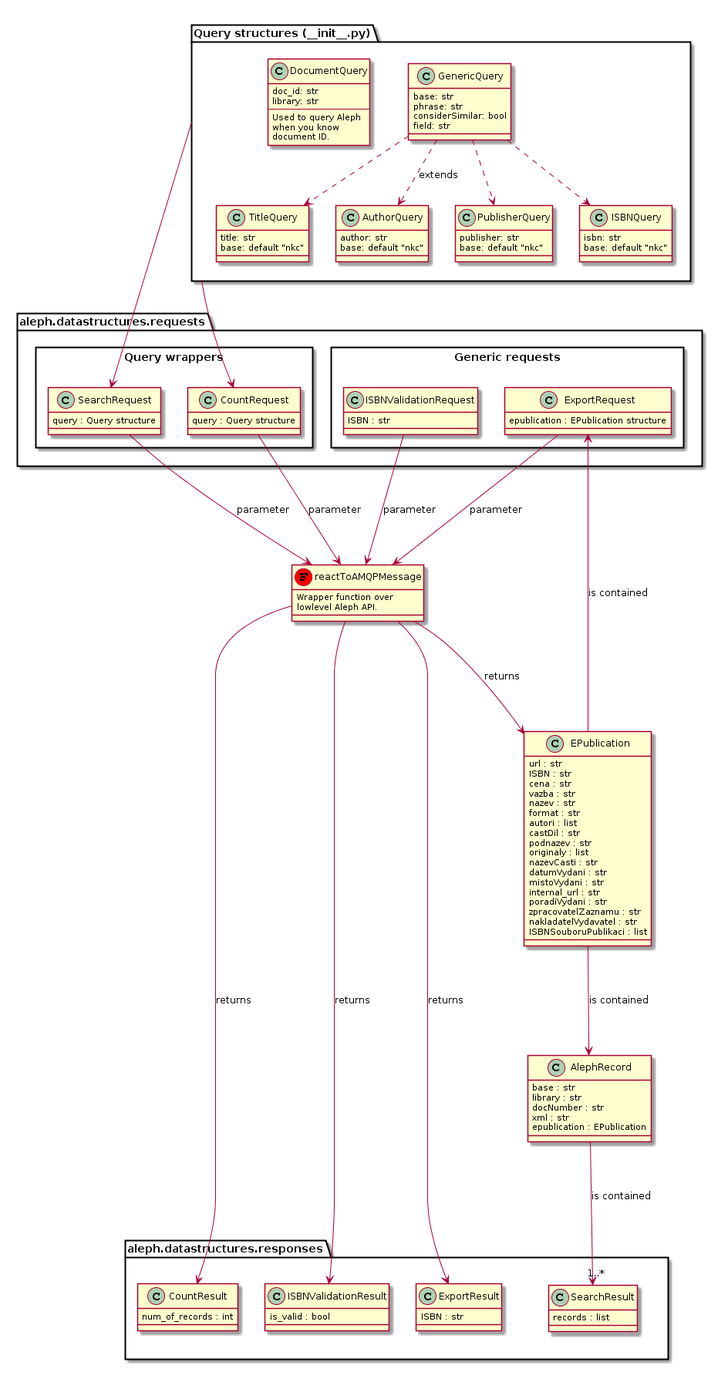
Above: docs/_static/reactoamqpmessage.png in edeposit/edeposit.amqp.aleph (PlantUML), before the change.
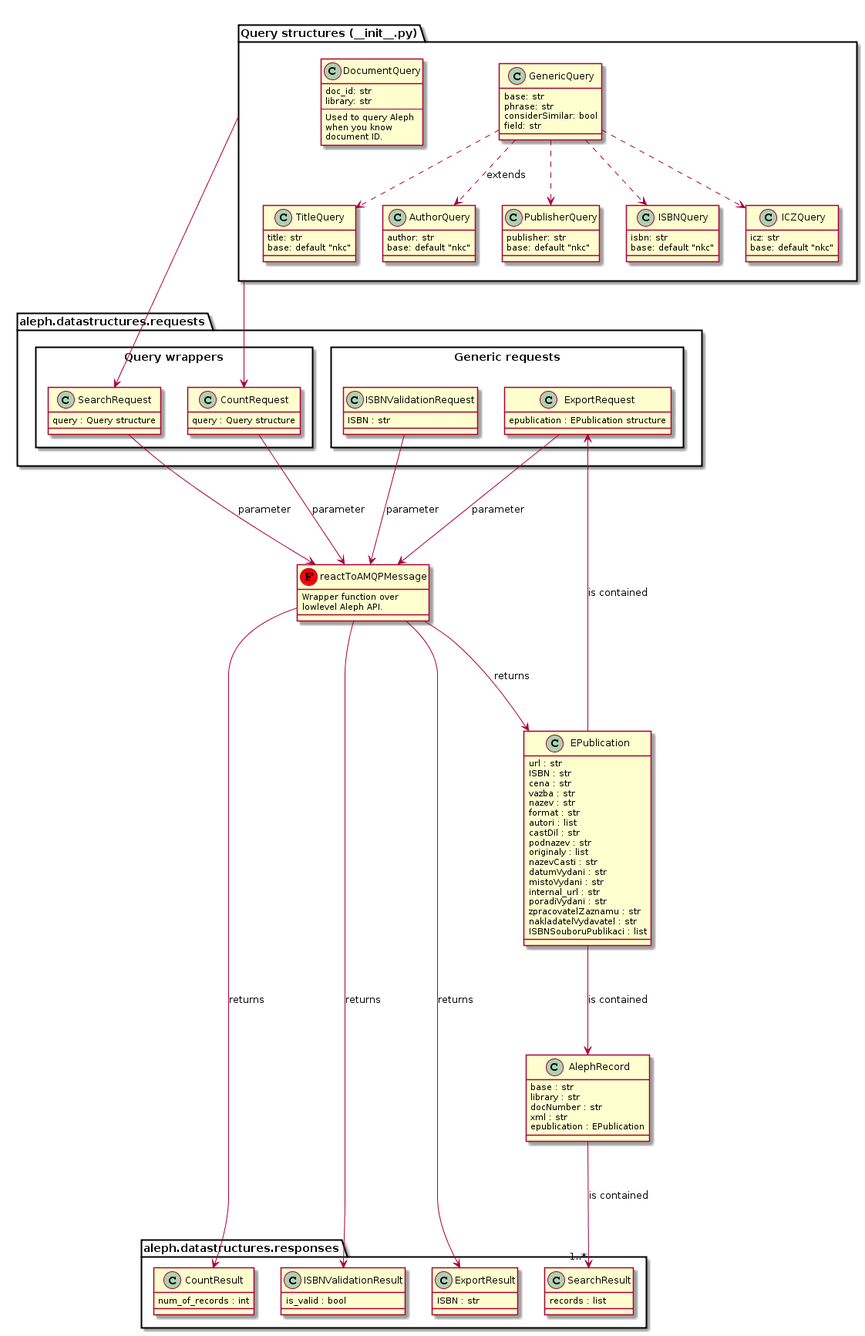
Later version of the same file.

Commit message:
#38: Added new type of query - ICZQuery.

Change to the diagram source:
```diff
@@ -14,6 +14,10 @@
     }
     class ISBNQuery {
         isbn: str
+        base: default "nkc"
+    }
+    class ICZQuery {
+        icz: str
         base: default "nkc"
     }
     class GenericQuery {
@@ -34,6 +38,7 @@
     GenericQuery ..> AuthorQuery : extends
     GenericQuery ..> PublisherQuery
     GenericQuery ..> ISBNQuery
+    GenericQuery ..> ICZQuery
 }
 
 package aleph.datastructures.requests {
```
